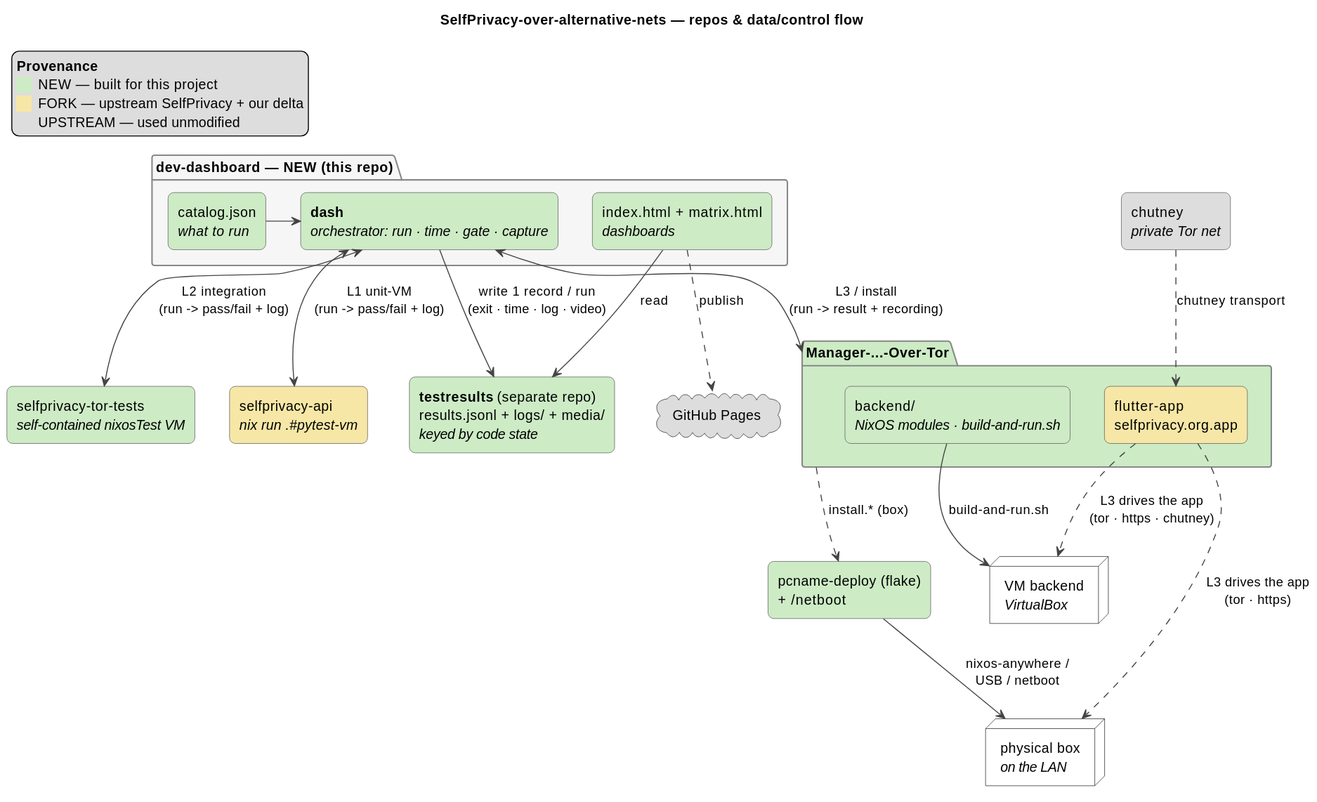
Before: docs/architecture.svg, a diagram exported from PlantUML (selfprivacy-over-alternative-nets/dev-dashboard). Its source is kept beside it as docs/architecture.puml.
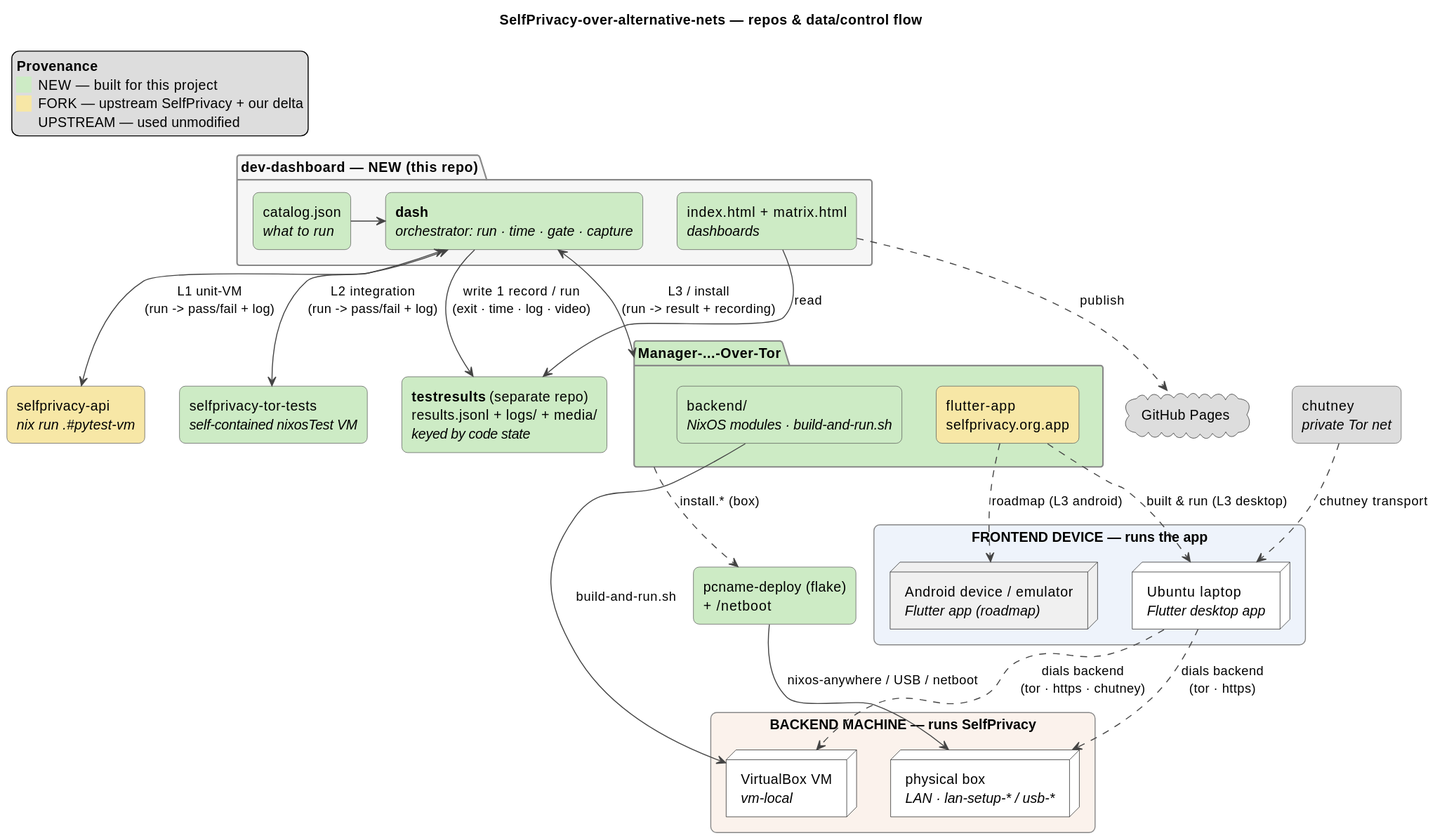
Above is the later version.

Commit message:
docs: distinguish frontend device vs backend machine + add VM-vs-physical coverage grid

What changed in the source:
```diff
@@ -45,16 +45,25 @@
 dash <--> tests  : L2 integration\n(run -> pass/fail + log)
 dash <--> mgr    : L3 / install\n(run -> result + recording)
 
-node "VM backend\n<i>VirtualBox</i>" as vm #FFFFFF
-node "physical box\n<i>on the LAN</i>" as box #FFFFFF
 rectangle "pcname-deploy (flake)\n+ ~/netboot" as deploy #CDEBC5
 rectangle "chutney\n<i>private Tor net</i>" as chut #DDDDDD
 
-backend --> vm   : build-and-run.sh
-deploy  --> box  : nixos-anywhere /\nUSB / netboot
+rectangle "FRONTEND DEVICE — runs the app" as FE #EEF3FB {
+  node "Ubuntu laptop\n<i>Flutter desktop app</i>" as fedesk #FFFFFF
+  node "Android device / emulator\n<i>Flutter app (roadmap)</i>" as feandroid #F0F0F0
+}
+rectangle "BACKEND MACHINE — runs SelfPrivacy" as BE #FBF2EC {
+  node "VirtualBox VM\n<i>vm-local</i>" as vm #FFFFFF
+  node "physical box\n<i>LAN · lan-setup-* / usb-*</i>" as box #FFFFFF
+}
+
+app ..> fedesk    : built & run (L3 desktop)
+app ..> feandroid : roadmap (L3 android)
+backend --> vm    : build-and-run.sh
+deploy  --> box   : nixos-anywhere / USB / netboot
 mgr     ..> deploy : install.* (box)
-app ..> vm       : L3 drives the app\n(tor · https · chutney)
-app ..> box      : L3 drives the app\n(tor · https)
-chut ..> app     : chutney transport
+fedesk ..> vm     : dials backend\n(tor · https · chutney)
+fedesk ..> box    : dials backend\n(tor · https)
+chut ..> fedesk   : chutney transport
 
 @enduml
```
